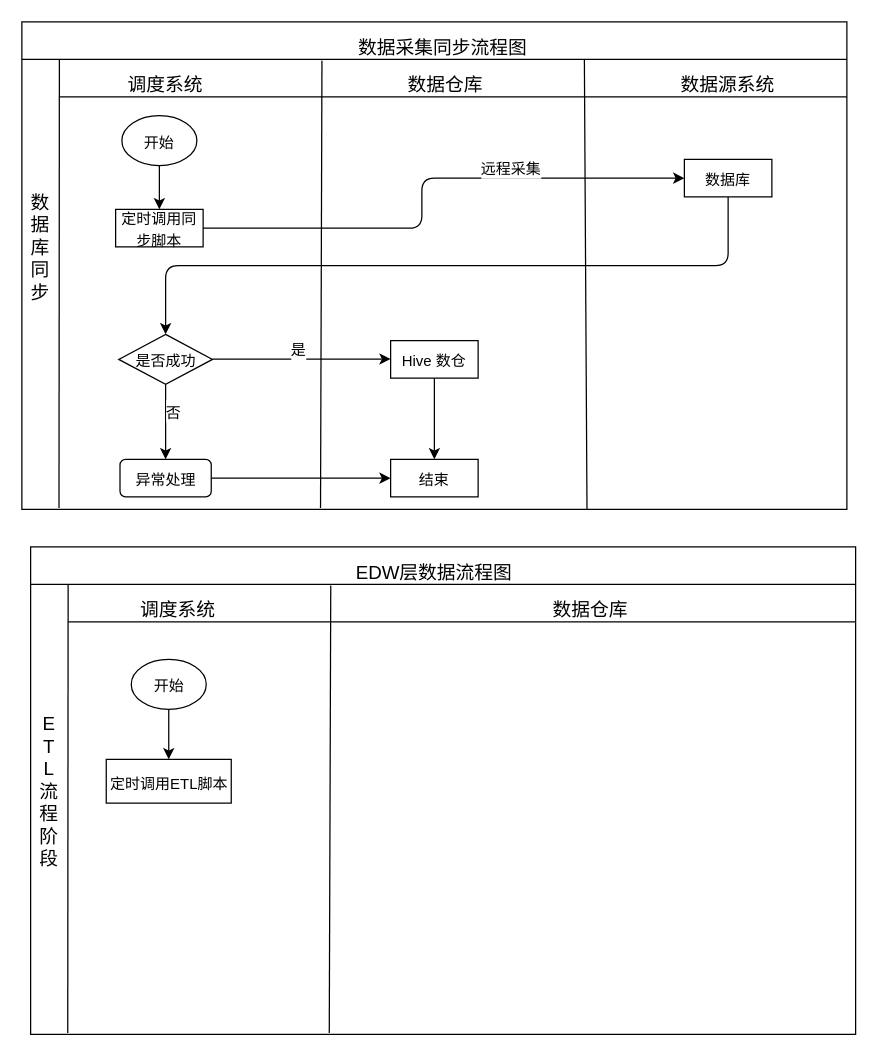
Earlier version of the draw.io diagram ods采集.drawio (7970691/diagrams). Source tidied: cells renumbered, new cells numbered last; positions are measured from the earlier drawing's top-left corner, leaving out a move shared by most shapes. Both pictures are drawn from the tidied source at 125%, with x=0, y=0 at pixel (21, 21).
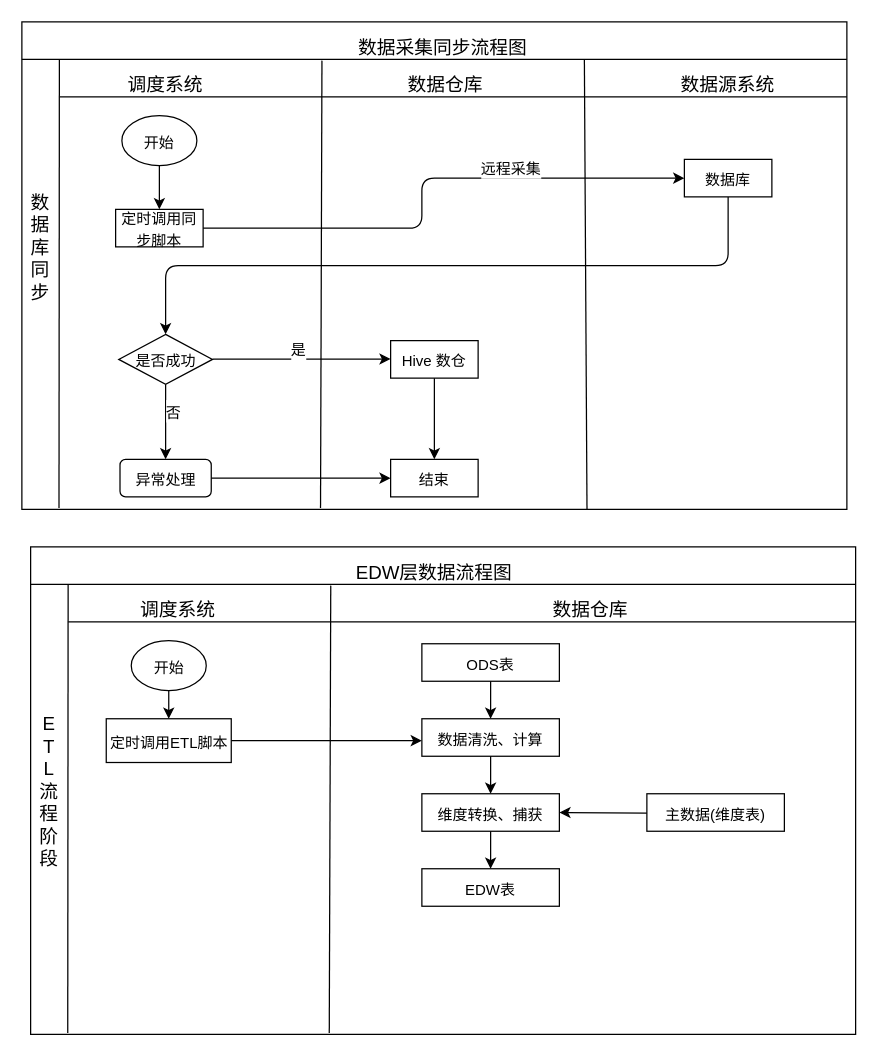
The same diagram, later.

Diff of the diagram source:
```diff
@@
     <mxCell id="39" value="&lt;font style=&quot;font-size: 12px&quot;&gt;开始&lt;/font&gt;" style="ellipse;whiteSpace=wrap;html=1;strokeWidth=1;fillColor=none;fontSize=15;spacing=2;" parent="1" vertex="1">
-      <mxGeometry x="87.5" y="510" width="60" height="40" as="geometry" />
+      <mxGeometry x="87.5" y="495" width="60" height="40" as="geometry" />
     </mxCell>
     <mxCell id="40" value="&lt;font style=&quot;font-size: 12px&quot;&gt;定时调用ETL脚本&lt;/font&gt;" style="rounded=0;whiteSpace=wrap;html=1;strokeWidth=1;fillColor=none;fontSize=15;" parent="1" vertex="1">
-      <mxGeometry x="67.5" y="590" width="100" height="35" as="geometry" />
+      <mxGeometry x="67.5" y="557.5" width="100" height="35" as="geometry" />
     </mxCell>
@@
+    <mxCell id="42" value="&lt;font style=&quot;font-size: 12px&quot;&gt;ODS表&lt;/font&gt;" style="rounded=0;whiteSpace=wrap;html=1;strokeWidth=1;fillColor=none;fontSize=15;" parent="1" vertex="1">
+      <mxGeometry x="320" y="497.5" width="110" height="30" as="geometry" />
+    </mxCell>
+    <mxCell id="43" value="&lt;font style=&quot;font-size: 12px&quot;&gt;数据清洗、计算&lt;/font&gt;" style="rounded=0;whiteSpace=wrap;html=1;strokeWidth=1;fillColor=none;fontSize=15;" parent="1" vertex="1">
+      <mxGeometry x="320" y="557.5" width="110" height="30" as="geometry" />
+    </mxCell>
+    <mxCell id="44" style="endArrow=classic;html=1;fontSize=15;entryX=0.5;entryY=0;entryDx=0;entryDy=0;exitX=0.5;exitY=1;exitDx=0;exitDy=0;" parent="1" edge="1" source="42" target="43">
+      <mxGeometry relative="1" as="geometry" />
+    </mxCell>
+    <mxCell id="45" style="endArrow=classic;html=1;exitX=1;exitY=0.5;exitDx=0;exitDy=0;" parent="1" edge="1" source="40">
+      <mxGeometry relative="1" as="geometry">
+        <mxPoint x="320" y="575" as="targetPoint" />
+      </mxGeometry>
+    </mxCell>
+    <mxCell id="46" value="&lt;font style=&quot;font-size: 12px&quot;&gt;维度转换、捕获&lt;/font&gt;" style="rounded=0;whiteSpace=wrap;html=1;strokeWidth=1;fillColor=none;fontSize=15;" parent="1" vertex="1">
+      <mxGeometry x="320" y="617.5" width="110" height="30" as="geometry" />
+    </mxCell>
+    <mxCell id="47" style="endArrow=classic;html=1;entryX=0.5;entryY=0;entryDx=0;entryDy=0;exitX=0.5;exitY=1;exitDx=0;exitDy=0;" parent="1" edge="1" source="43" target="46">
+      <mxGeometry relative="1" as="geometry" />
+    </mxCell>
+    <mxCell id="48" value="&lt;span style=&quot;font-size: 12px&quot;&gt;主数据(维度表)&lt;/span&gt;" style="rounded=0;whiteSpace=wrap;html=1;strokeWidth=1;fillColor=none;fontSize=15;" parent="1" vertex="1">
+      <mxGeometry x="500" y="617.5" width="110" height="30" as="geometry" />
+    </mxCell>
+    <mxCell id="49" style="endArrow=classic;html=1;entryX=1;entryY=0.5;entryDx=0;entryDy=0;" parent="1" edge="1" target="46">
+      <mxGeometry relative="1" as="geometry">
+        <mxPoint x="500" y="633" as="sourcePoint" />
+      </mxGeometry>
+    </mxCell>
+    <mxCell id="50" value="&lt;font style=&quot;font-size: 12px&quot;&gt;EDW表&lt;/font&gt;" style="rounded=0;whiteSpace=wrap;html=1;strokeWidth=1;fillColor=none;fontSize=15;" parent="1" vertex="1">
+      <mxGeometry x="320" y="677.5" width="110" height="30" as="geometry" />
+    </mxCell>
+    <mxCell id="51" style="endArrow=classic;html=1;entryX=0.5;entryY=0;entryDx=0;entryDy=0;exitX=0.5;exitY=1;exitDx=0;exitDy=0;" parent="1" edge="1" target="50">
+      <mxGeometry relative="1" as="geometry">
+        <mxPoint x="375" y="647.5" as="sourcePoint" />
+      </mxGeometry>
+    </mxCell>
```
